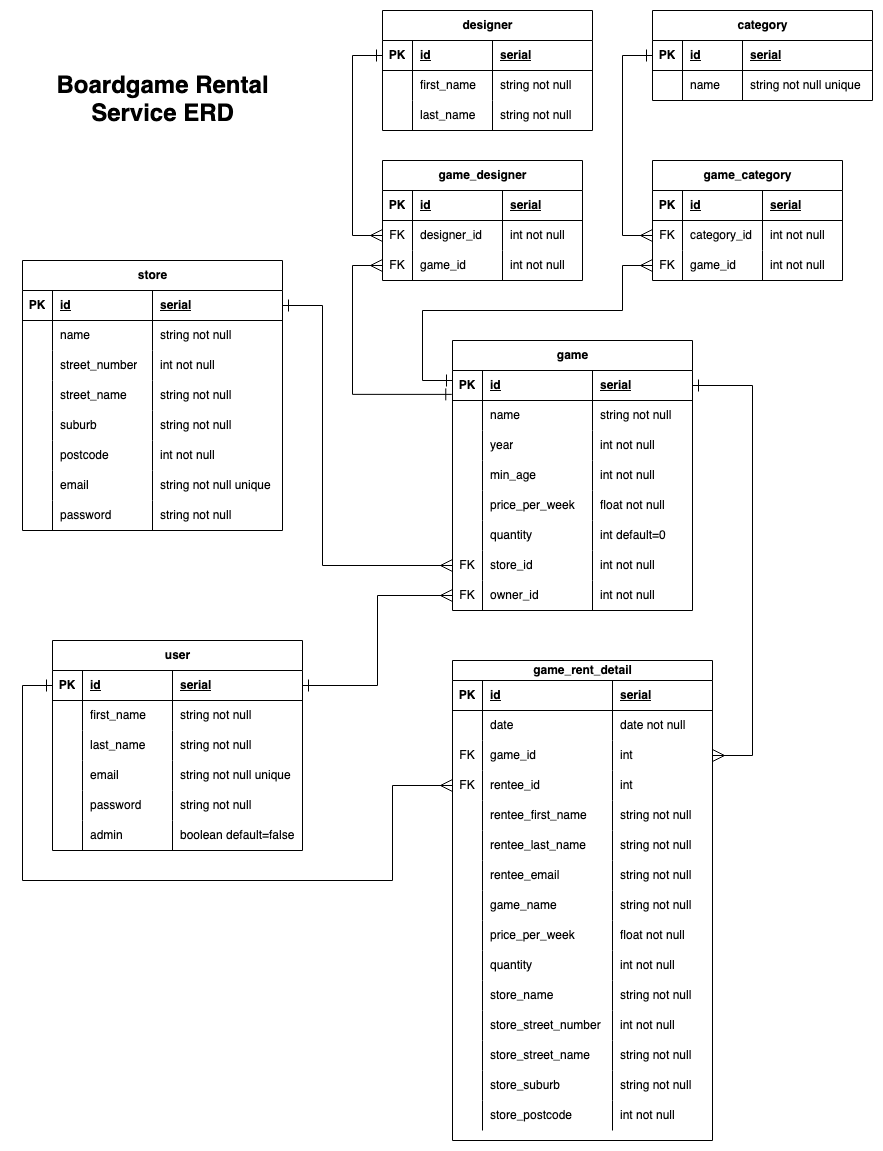
Above: docs/erd_t2a2.png in jophc1/JoshuaPhillips_T2A2 (draw.io), before the change. Source tidied: cells renumbered, new cells last; positions are measured from the earlier drawing's top-left corner, leaving out a move shared by most shapes.
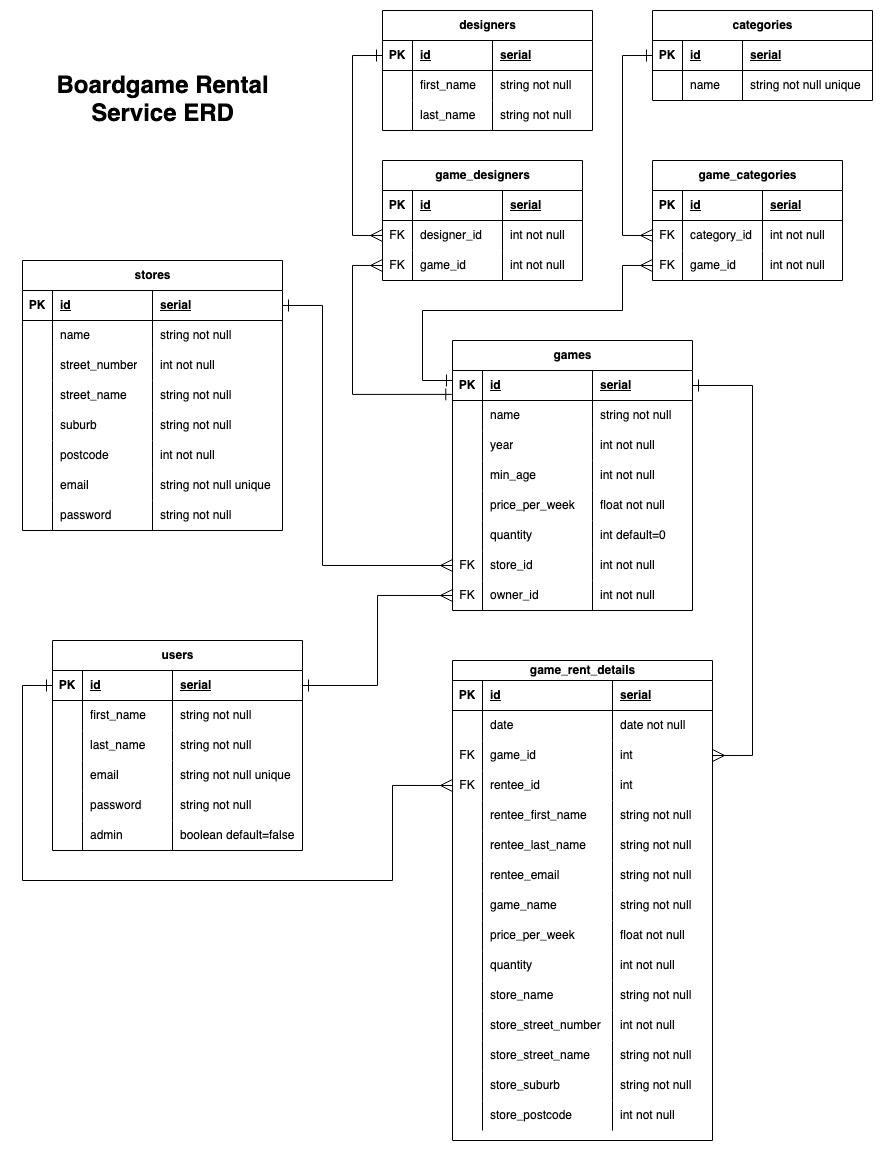
Above is the later version.

Diff of the diagram source:
```diff
@@ -2,7 +2,7 @@
   <root>
     <mxCell id="0" />
     <mxCell id="1" parent="0" />
-    <mxCell id="2" value="user" style="shape=table;startSize=30;rowLines=0;fontStyle=1;align=center;html=1;" parent="1" vertex="1">
+    <mxCell id="2" value="users" style="shape=table;startSize=30;rowLines=0;fontStyle=1;align=center;html=1;" parent="1" vertex="1">
       <mxGeometry x="30" y="630" width="250" height="210" as="geometry" />
     </mxCell>
     <mxCell id="3" style="shape=tableRow;horizontal=0;startSize=0;swimlaneHead=0;swimlaneBody=0;fillColor=none;points=[[0,0.5],[1,0.5]];portConstraint=eastwest;top=0;left=0;right=0;bottom=1;" parent="2" vertex="1">
@@ -77,7 +77,7 @@
     <mxCell id="26" value="boolean default=false" style="shape=partialRectangle;fillColor=none;top=0;left=0;bottom=0;right=0;align=left;spacingLeft=6;overflow=hidden;whiteSpace=wrap;html=1;" parent="23" vertex="1">
       <mxGeometry x="120" width="130" height="30" as="geometry" />
     </mxCell>
-    <mxCell id="27" value="designer" style="shape=table;startSize=30;rowLines=0;fontStyle=1;align=center;html=1;" parent="1" vertex="1">
+    <mxCell id="27" value="designers" style="shape=table;startSize=30;rowLines=0;fontStyle=1;align=center;html=1;" parent="1" vertex="1">
       <mxGeometry x="360" width="210" height="120" as="geometry" />
     </mxCell>
     <mxCell id="28" style="shape=tableRow;horizontal=0;startSize=0;swimlaneHead=0;swimlaneBody=0;fillColor=none;points=[[0,0.5],[1,0.5]];portConstraint=eastwest;top=0;left=0;right=0;bottom=1;" parent="27" vertex="1">
@@ -116,7 +116,7 @@
     <mxCell id="39" value="string not null" style="shape=partialRectangle;fillColor=none;top=0;left=0;bottom=0;right=0;align=left;spacingLeft=6;overflow=hidden;whiteSpace=wrap;html=1;" parent="36" vertex="1">
       <mxGeometry x="110" width="100" height="30" as="geometry" />
     </mxCell>
-    <mxCell id="40" value="category" style="shape=table;startSize=30;rowLines=0;fontStyle=1;align=center;html=1;" parent="1" vertex="1">
+    <mxCell id="40" value="categories" style="shape=table;startSize=30;rowLines=0;fontStyle=1;align=center;html=1;" parent="1" vertex="1">
       <mxGeometry x="630" width="220" height="90" as="geometry" />
     </mxCell>
     <mxCell id="41" style="shape=tableRow;horizontal=0;startSize=0;swimlaneHead=0;swimlaneBody=0;fillColor=none;points=[[0,0.5],[1,0.5]];portConstraint=eastwest;top=0;left=0;right=0;bottom=1;" parent="40" vertex="1">
@@ -143,7 +143,7 @@
     <mxCell id="48" value="string not null unique" style="shape=partialRectangle;fillColor=none;top=0;left=0;bottom=0;right=0;align=left;spacingLeft=6;overflow=hidden;whiteSpace=wrap;html=1;" parent="45" vertex="1">
       <mxGeometry x="90" width="130" height="30" as="geometry" />
     </mxCell>
-    <mxCell id="49" value="game_designer" style="shape=table;startSize=30;rowLines=0;fontStyle=1;align=center;html=1;" parent="1" vertex="1">
+    <mxCell id="49" value="game_designers" style="shape=table;startSize=30;rowLines=0;fontStyle=1;align=center;html=1;" parent="1" vertex="1">
       <mxGeometry x="360" y="150" width="200" height="120" as="geometry" />
     </mxCell>
     <mxCell id="50" style="shape=tableRow;horizontal=0;startSize=0;swimlaneHead=0;swimlaneBody=0;fillColor=none;top=0;left=0;right=0;bottom=1;" parent="49" vertex="1">
@@ -182,7 +182,7 @@
     <mxCell id="61" value="int not null" style="shape=partialRectangle;fillColor=none;top=0;left=0;bottom=0;right=0;align=left;spacingLeft=6;overflow=hidden;whiteSpace=wrap;html=1;" parent="58" vertex="1">
       <mxGeometry x="120" width="80" height="30" as="geometry" />
     </mxCell>
-    <mxCell id="62" value="game_category" style="shape=table;startSize=30;rowLines=0;fontStyle=1;align=center;html=1;" parent="1" vertex="1">
+    <mxCell id="62" value="game_categories" style="shape=table;startSize=30;rowLines=0;fontStyle=1;align=center;html=1;" parent="1" vertex="1">
       <mxGeometry x="630" y="150" width="190" height="120" as="geometry" />
     </mxCell>
     <mxCell id="63" style="shape=tableRow;horizontal=0;startSize=0;swimlaneHead=0;swimlaneBody=0;fillColor=none;top=0;left=0;right=0;bottom=1;" parent="62" vertex="1">
@@ -221,7 +221,7 @@
     <mxCell id="74" value="int not null" style="shape=partialRectangle;fillColor=none;top=0;left=0;bottom=0;right=0;align=left;spacingLeft=6;overflow=hidden;whiteSpace=wrap;html=1;" parent="71" vertex="1">
       <mxGeometry x="110" width="80" height="30" as="geometry" />
     </mxCell>
-    <mxCell id="75" value="store" style="shape=table;startSize=30;rowLines=0;fontStyle=1;align=center;html=1;" parent="1" vertex="1">
+    <mxCell id="75" value="stores" style="shape=table;startSize=30;rowLines=0;fontStyle=1;align=center;html=1;" parent="1" vertex="1">
       <mxGeometry y="250" width="260" height="270" as="geometry" />
     </mxCell>
     <mxCell id="76" style="shape=tableRow;horizontal=0;startSize=0;swimlaneHead=0;swimlaneBody=0;fillColor=none;points=[[0,0.5],[1,0.5]];portConstraint=eastwest;top=0;left=0;right=0;bottom=1;" parent="75" vertex="1">
@@ -320,7 +320,7 @@
     <mxCell id="107" value="string not null" style="shape=partialRectangle;fillColor=none;top=0;left=0;bottom=0;right=0;align=left;spacingLeft=6;overflow=hidden;whiteSpace=wrap;html=1;" parent="104" vertex="1">
       <mxGeometry x="130" width="130" height="30" as="geometry" />
     </mxCell>
-    <mxCell id="108" value="game" style="shape=table;startSize=30;rowLines=0;fontStyle=1;align=center;html=1;" parent="1" vertex="1">
+    <mxCell id="108" value="games" style="shape=table;startSize=30;rowLines=0;fontStyle=1;align=center;html=1;" parent="1" vertex="1">
       <mxGeometry x="430" y="330" width="240" height="270" as="geometry" />
     </mxCell>
     <mxCell id="109" style="shape=tableRow;horizontal=0;startSize=0;swimlaneHead=0;swimlaneBody=0;fillColor=none;points=[[0,0.5],[1,0.5]];portConstraint=eastwest;top=0;left=0;right=0;bottom=1;" parent="108" vertex="1">
@@ -419,7 +419,7 @@
     <mxCell id="140" value="int not null" style="shape=partialRectangle;fillColor=none;top=0;left=0;bottom=0;right=0;align=left;spacingLeft=6;overflow=hidden;whiteSpace=wrap;html=1;" parent="137" vertex="1">
       <mxGeometry x="140" width="100" height="30" as="geometry" />
     </mxCell>
-    <mxCell id="141" value="game_rent_detail" style="shape=table;startSize=20;rowLines=0;fontStyle=1;align=center;html=1;" parent="1" vertex="1">
+    <mxCell id="141" value="game_rent_details" style="shape=table;startSize=20;rowLines=0;fontStyle=1;align=center;html=1;" parent="1" vertex="1">
       <mxGeometry x="430" y="650" width="260" height="480" as="geometry" />
     </mxCell>
     <mxCell id="142" style="shape=tableRow;horizontal=0;startSize=0;swimlaneHead=0;swimlaneBody=0;fillColor=none;top=0;left=0;right=0;bottom=1;" parent="141" vertex="1">
```
